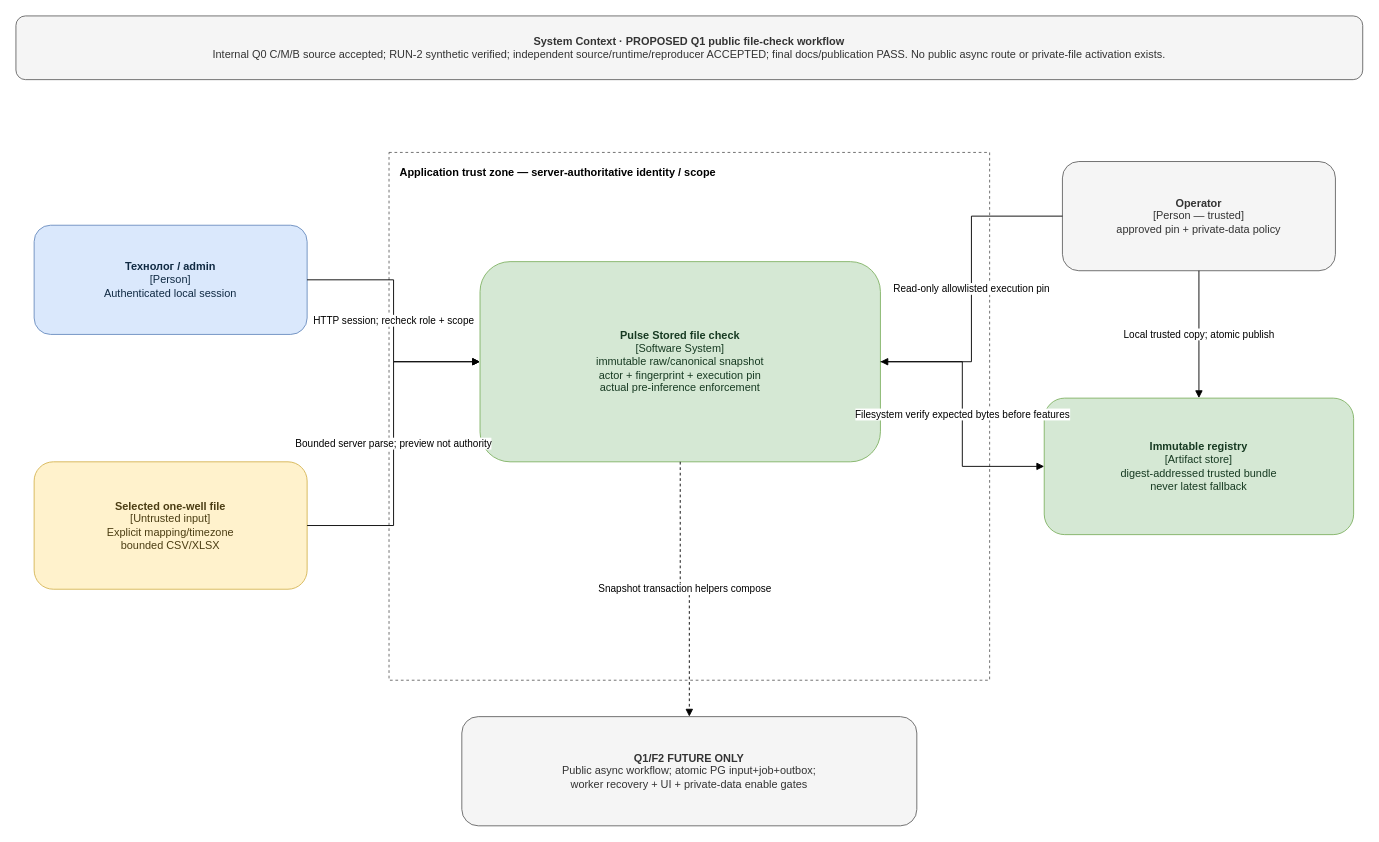
Before: page "C1 Q0-era proposal — Q1 workflow" (3 of 6) of docs/q0-artifact-pinning.drawio in effitech-pulse/pulse-backend, a draw.io diagram. Source tidied: cells renumbered, new cells numbered last; positions are measured from the earlier drawing's top-left corner, leaving out a move shared by most shapes. Both pictures are drawn from the tidied source at 91%, with x=0, y=0 at pixel (15, 15).
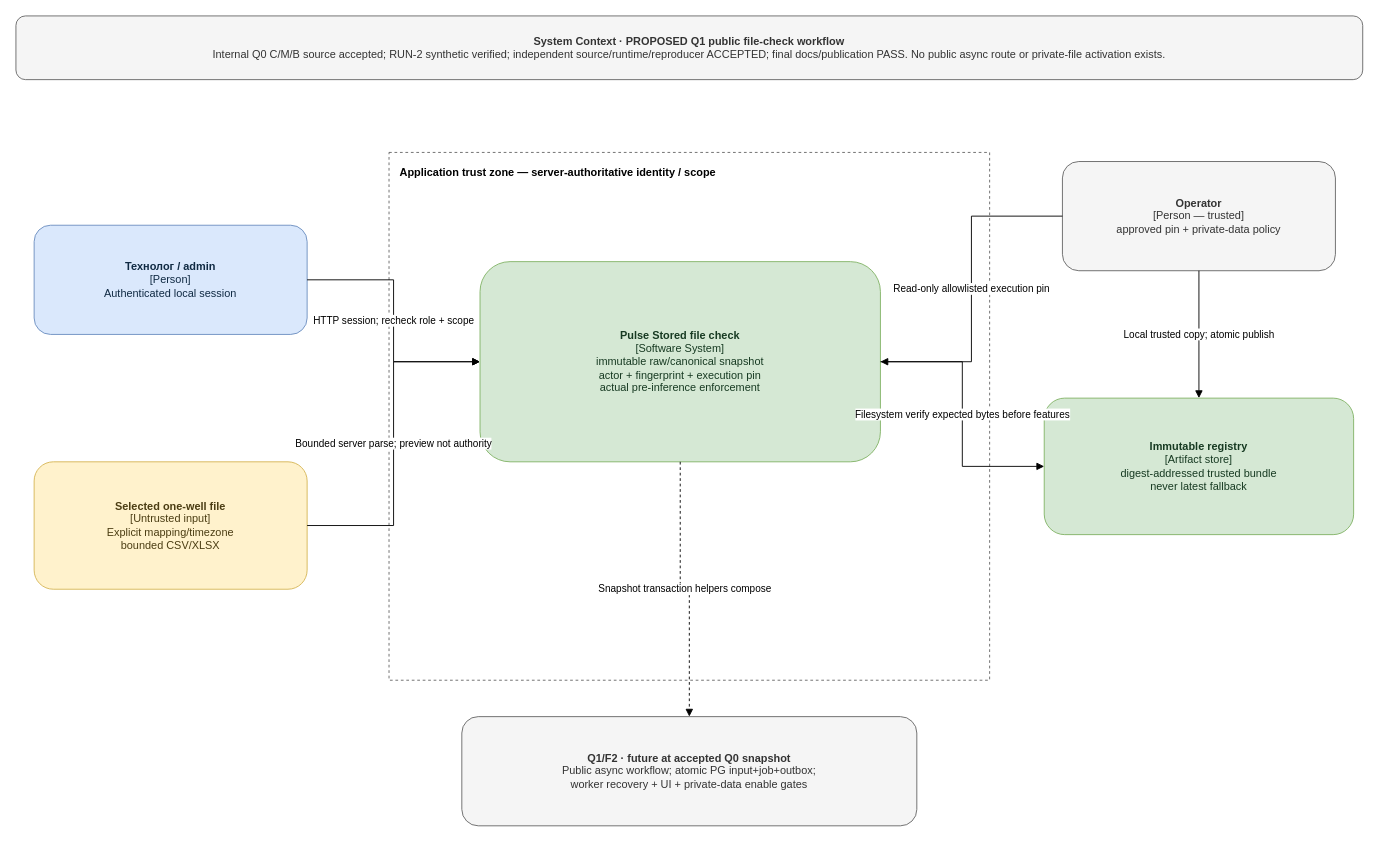
After the change.

The edit, as a diff of the source:
```diff
@@
 <mxGraphModel>
   <root>
     <mxCell id="0" />
     <mxCell id="1" parent="0" />
     <mxCell id="2" value="&lt;b&gt;System Context · PROPOSED Q1 public file-check workflow&lt;/b&gt;&lt;br&gt;Internal Q0 C/M/B source accepted; RUN-2 synthetic verified; independent source/runtime/reproducer ACCEPTED; final docs/publication PASS. No public async route or private-file activation exists." style="rounded=1;whiteSpace=wrap;html=1;fillColor=#f5f5f5;strokeColor=#666666;fontColor=#333333;" parent="1" vertex="1">
       <mxGeometry width="1480" height="70" as="geometry" />
     </mxCell>
     <mxCell id="3" value="Application trust zone — server-authoritative identity / scope" style="rounded=0;whiteSpace=wrap;html=1;fillColor=none;strokeColor=#666666;dashed=1;verticalAlign=top;align=left;fontStyle=1;spacingTop=8;spacingLeft=10;" parent="1" vertex="1">
       <mxGeometry x="410" y="150" width="660" height="580" as="geometry" />
     </mxCell>
     <mxCell id="4" value="&lt;b&gt;Технолог / admin&lt;/b&gt;&lt;br&gt;[Person]&lt;br&gt;Authenticated local session" style="rounded=1;whiteSpace=wrap;html=1;fillColor=#dae8fc;strokeColor=#6c8ebf;fontColor=#102a43;" parent="1" vertex="1">
       <mxGeometry x="20" y="230" width="300" height="120" as="geometry" />
     </mxCell>
     <mxCell id="5" value="&lt;b&gt;Selected one-well file&lt;/b&gt;&lt;br&gt;[Untrusted input]&lt;br&gt;Explicit mapping/timezone&lt;br&gt;bounded CSV/XLSX" style="rounded=1;whiteSpace=wrap;html=1;fillColor=#fff2cc;strokeColor=#d6b656;fontColor=#4b3d13;" parent="1" vertex="1">
       <mxGeometry x="20" y="490" width="300" height="140" as="geometry" />
     </mxCell>
     <mxCell id="6" value="&lt;b&gt;Pulse Stored file check&lt;/b&gt;&lt;br&gt;[Software System]&lt;br&gt;immutable raw/canonical snapshot&lt;br&gt;actor + fingerprint + execution pin&lt;br&gt;actual pre-inference enforcement" style="rounded=1;whiteSpace=wrap;html=1;fillColor=#d5e8d4;strokeColor=#82b366;fontColor=#173a22;" parent="1" vertex="1">
       <mxGeometry x="510" y="270" width="440" height="220" as="geometry" />
     </mxCell>
     <mxCell id="7" value="&lt;b&gt;Operator&lt;/b&gt;&lt;br&gt;[Person — trusted]&lt;br&gt;approved pin + private-data policy" style="rounded=1;whiteSpace=wrap;html=1;fillColor=#f5f5f5;strokeColor=#666666;fontColor=#333333;" parent="1" vertex="1">
       <mxGeometry x="1150" y="160" width="300" height="120" as="geometry" />
     </mxCell>
     <mxCell id="8" value="&lt;b&gt;Immutable registry&lt;/b&gt;&lt;br&gt;[Artifact store]&lt;br&gt;digest-addressed trusted bundle&lt;br&gt;never latest fallback" style="rounded=1;whiteSpace=wrap;html=1;fillColor=#d5e8d4;strokeColor=#82b366;fontColor=#173a22;" parent="1" vertex="1">
       <mxGeometry x="1130" y="420" width="340" height="150" as="geometry" />
     </mxCell>
-    <mxCell id="9" value="&lt;b&gt;Q1/F2 FUTURE ONLY&lt;/b&gt;&lt;br&gt;Public async workflow; atomic PG input+job+outbox;&lt;br&gt;worker recovery + UI + private-data enable gates" style="rounded=1;whiteSpace=wrap;html=1;fillColor=#f5f5f5;strokeColor=#666666;fontColor=#333333;" parent="1" vertex="1">
+    <mxCell id="9" value="&lt;b&gt;Q1/F2 · future at accepted Q0 snapshot&lt;/b&gt;&lt;br&gt;Public async workflow; atomic PG input+job+outbox;&lt;br&gt;worker recovery + UI + private-data enable gates" style="rounded=1;whiteSpace=wrap;html=1;fillColor=#f5f5f5;strokeColor=#666666;fontColor=#333333;" parent="1" vertex="1">
       <mxGeometry x="490" y="770" width="500" height="120" as="geometry" />
     </mxCell>
     <mxCell id="10" value="HTTP session; recheck role + scope" style="edgeStyle=orthogonalEdgeStyle;rounded=0;html=1;endArrow=block;endFill=1;" parent="1" edge="1" source="4" target="6">
       <mxGeometry relative="1" as="geometry" />
     </mxCell>
     <mxCell id="11" value="Bounded server parse; preview not authority" style="edgeStyle=orthogonalEdgeStyle;rounded=0;html=1;endArrow=block;endFill=1;" parent="1" edge="1" source="5" target="6">
       <mxGeometry relative="1" as="geometry" />
     </mxCell>
     <mxCell id="12" value="Local trusted copy; atomic publish" style="edgeStyle=orthogonalEdgeStyle;rounded=0;html=1;endArrow=block;endFill=1;" parent="1" edge="1" source="7" target="8">
       <mxGeometry relative="1" as="geometry" />
     </mxCell>
     <mxCell id="13" value="Read-only allowlisted execution pin" style="edgeStyle=orthogonalEdgeStyle;rounded=0;html=1;endArrow=block;endFill=1;" parent="1" edge="1" source="7" target="6">
       <mxGeometry relative="1" as="geometry" />
     </mxCell>
     <mxCell id="14" value="Filesystem verify expected bytes before features" style="edgeStyle=orthogonalEdgeStyle;rounded=0;html=1;endArrow=block;endFill=1;" parent="1" edge="1" source="6" target="8">
       <mxGeometry relative="1" as="geometry" />
     </mxCell>
     <mxCell id="15" value="Snapshot transaction helpers compose" style="edgeStyle=orthogonalEdgeStyle;rounded=0;html=1;endArrow=block;endFill=1;dashed=1;" parent="1" edge="1" source="6" target="9">
       <mxGeometry relative="1" as="geometry" />
     </mxCell>
   </root>
 </mxGraphModel>
```
